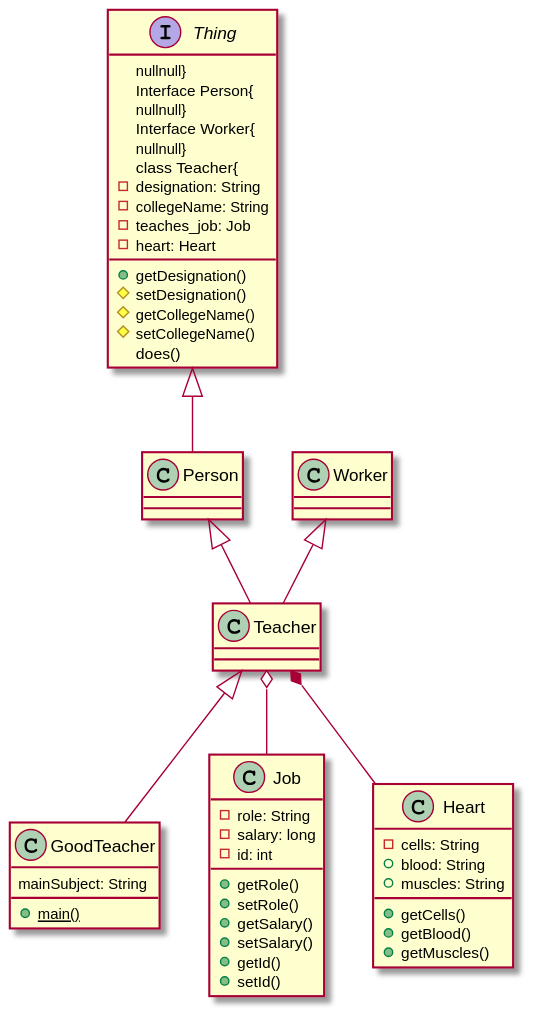
afmoyar/Java-Documentator keeps this PlantUML diagram as Java-documentator/Documentation/images/Class_diagram.svg. Above is the earlier version.
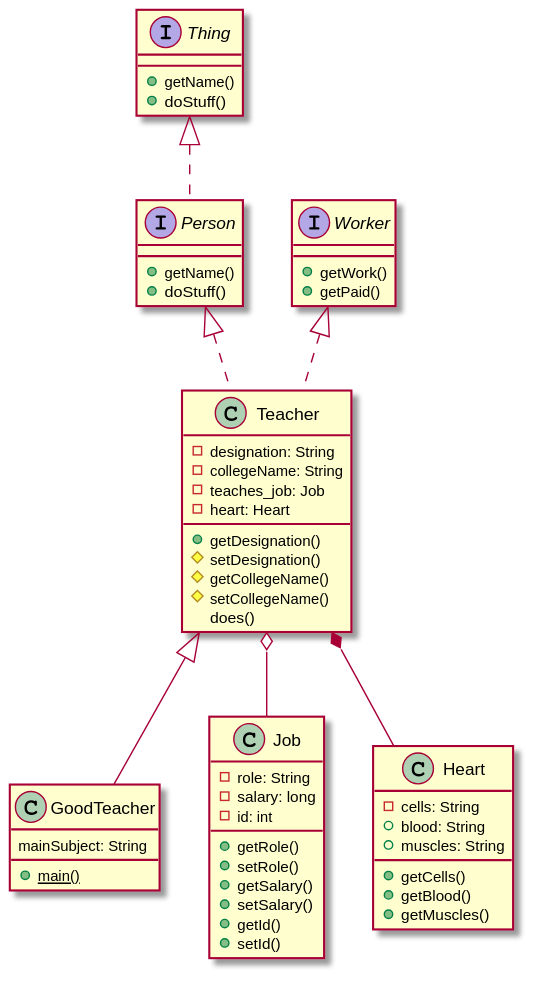
After the change.

The edit, as a diff of the source:
```diff
@@ -1,10 +1,16 @@
 @startuml
 Interface Thing{
-nullnull}
+	+getName()
+	+doStuff()
+}
 Interface Person{
-nullnull}
+	+getName()
+	+doStuff()
+}
 Interface Worker{
-nullnull}
+	+getWork()
+	+getPaid()
+}
 class Teacher{
 	-designation: String
 	-collegeName: String
@@ -39,10 +45,10 @@
 	+getBlood()
 	+getMuscles()
 }
-Teacher <|-- GoodTeacher
+GoodTeacher -up-|> Teacher
 Teacher o-- Job
 Teacher *-- Heart
-Person <|-- Teacher
-Worker <|-- Teacher
-Thing <|-- Person
+Teacher .up.|> Person
+Teacher .up.|> Worker
+Person .up.|> Thing
 @enduml
```
